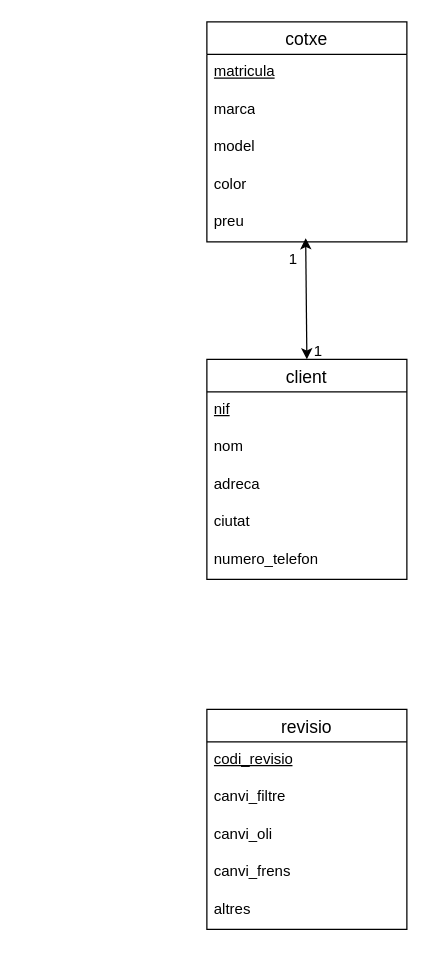
Above: Exercicis_R2(2).drawio in victor06-git/Progam_with_Victor (draw.io), before the change. Source tidied: cells renumbered, new cells numbered last; positions are measured from the earlier drawing's top-left corner, leaving out a move shared by most shapes. Both pictures are drawn from the tidied source at 125%, with x=0, y=0 at pixel (206, 21).
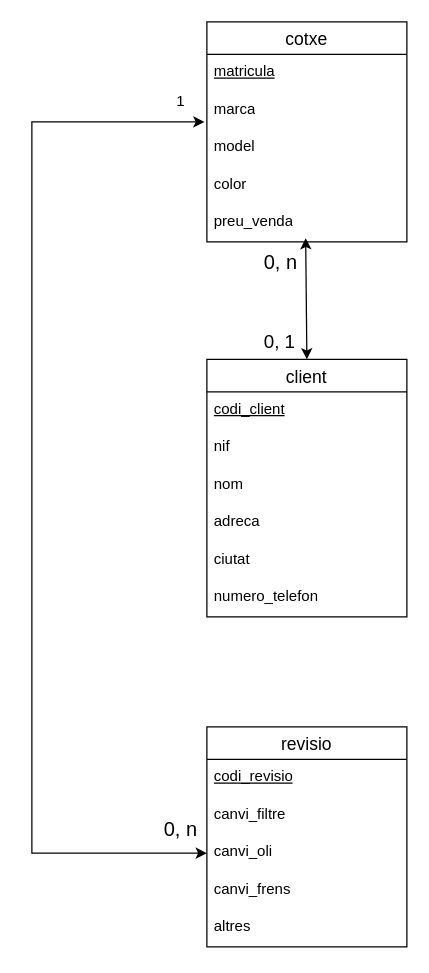
After the change.

The change refers to these unchanged cells:
```xml
<mxCell id="2" value="cotxe" style="swimlane;fontStyle=0;horizontal=1;startSize=26;align=center;fontSize=14;" parent="1" vertex="1">
  <mxGeometry width="160" height="176" as="geometry" />
</mxCell>
<mxCell id="4" value="marca" style="text;strokeColor=none;fillColor=none;spacingLeft=4;spacingRight=4;overflow=hidden;points=[[0,0.5],[1,0.5]];portConstraint=eastwest;fontSize=12;whiteSpace=wrap;html=1;" parent="2" vertex="1">
  <mxGeometry y="56" width="160" height="30" as="geometry" />
</mxCell>
<mxCell id="17" value="canvi_oli" style="text;strokeColor=none;fillColor=none;spacingLeft=4;spacingRight=4;overflow=hidden;points=[[0,0.5],[1,0.5]];portConstraint=eastwest;fontSize=12;whiteSpace=wrap;html=1;" parent="14" vertex="1">
  <mxGeometry y="86" width="160" height="30" as="geometry" />
</mxCell>
```

Change to the diagram source:
```diff
@@
-    <mxCell id="7" value="preu" style="text;strokeColor=none;fillColor=none;spacingLeft=4;spacingRight=4;overflow=hidden;points=[[0,0.5],[1,0.5]];portConstraint=eastwest;fontSize=12;whiteSpace=wrap;html=1;" parent="2" vertex="1">
+    <mxCell id="7" value="preu_venda" style="text;strokeColor=none;fillColor=none;spacingLeft=4;spacingRight=4;overflow=hidden;points=[[0,0.5],[1,0.5]];portConstraint=eastwest;fontSize=12;whiteSpace=wrap;html=1;" parent="2" vertex="1">
       <mxGeometry y="146" width="160" height="30" as="geometry" />
     </mxCell>
     <mxCell id="8" value="client" style="swimlane;fontStyle=0;horizontal=1;startSize=26;align=center;fontSize=14;" parent="1" vertex="1">
-      <mxGeometry y="270" width="160" height="176" as="geometry" />
+      <mxGeometry y="270" width="160" height="206" as="geometry" />
     </mxCell>
+    <mxCell id="23" value="&lt;u&gt;codi_client&lt;/u&gt;" style="text;strokeColor=none;fillColor=none;spacingLeft=4;spacingRight=4;overflow=hidden;fontSize=12;whiteSpace=wrap;html=1;" parent="8" vertex="1">
+      <mxGeometry y="26" width="160" height="30" as="geometry" />
+    </mxCell>
-    <mxCell id="9" value="&lt;u&gt;nif&lt;/u&gt;" style="text;strokeColor=none;fillColor=none;spacingLeft=4;spacingRight=4;overflow=hidden;fontSize=12;whiteSpace=wrap;html=1;" parent="8" vertex="1">
-      <mxGeometry y="26" width="160" height="30" as="geometry" />
+    <mxCell id="9" value="nif" style="text;strokeColor=none;fillColor=none;spacingLeft=4;spacingRight=4;overflow=hidden;fontSize=12;whiteSpace=wrap;html=1;" parent="8" vertex="1">
+      <mxGeometry y="56" width="160" height="30" as="geometry" />
     </mxCell>
     <mxCell id="10" value="nom" style="text;strokeColor=none;fillColor=none;spacingLeft=4;spacingRight=4;overflow=hidden;fontSize=12;whiteSpace=wrap;html=1;" parent="8" vertex="1">
-      <mxGeometry y="56" width="160" height="30" as="geometry" />
+      <mxGeometry y="86" width="160" height="30" as="geometry" />
     </mxCell>
     <mxCell id="11" value="adreca" style="text;strokeColor=none;fillColor=none;spacingLeft=4;spacingRight=4;overflow=hidden;fontSize=12;whiteSpace=wrap;html=1;" parent="8" vertex="1">
-      <mxGeometry y="86" width="160" height="30" as="geometry" />
+      <mxGeometry y="116" width="160" height="30" as="geometry" />
     </mxCell>
     <mxCell id="12" value="ciutat" style="text;strokeColor=none;fillColor=none;spacingLeft=4;spacingRight=4;overflow=hidden;fontSize=12;whiteSpace=wrap;html=1;" parent="8" vertex="1">
-      <mxGeometry y="116" width="160" height="30" as="geometry" />
+      <mxGeometry y="146" width="160" height="30" as="geometry" />
     </mxCell>
     <mxCell id="13" value="numero_telefon" style="text;strokeColor=none;fillColor=none;spacingLeft=4;spacingRight=4;overflow=hidden;fontSize=12;whiteSpace=wrap;html=1;" parent="8" vertex="1">
-      <mxGeometry y="146" width="160" height="30" as="geometry" />
+      <mxGeometry y="176" width="160" height="30" as="geometry" />
     </mxCell>
     <mxCell id="14" value="revisio" style="swimlane;fontStyle=0;horizontal=1;startSize=26;align=center;fontSize=14;" parent="1" vertex="1">
-      <mxGeometry y="550" width="160" height="176" as="geometry" />
+      <mxGeometry y="564" width="160" height="176" as="geometry" />
     </mxCell>
@@
-    <mxCell id="21" value="1" style="text;strokeColor=none;fillColor=none;spacingLeft=4;spacingRight=4;overflow=hidden;fontSize=12;whiteSpace=wrap;html=1;" parent="1" vertex="1">
-      <mxGeometry x="60" y="176" width="40" height="30" as="geometry" />
+    <mxCell id="21" value="&lt;font style=&quot;font-size: 16px;&quot;&gt;0, n&lt;/font&gt;" style="text;strokeColor=none;fillColor=none;spacingLeft=4;spacingRight=4;overflow=hidden;fontSize=12;whiteSpace=wrap;html=1;" parent="1" vertex="1">
+      <mxGeometry x="40" y="176" width="40" height="30" as="geometry" />
     </mxCell>
-    <mxCell id="22" value="1" style="text;strokeColor=none;fillColor=none;spacingLeft=4;spacingRight=4;overflow=hidden;fontSize=12;whiteSpace=wrap;html=1;" parent="1" vertex="1">
-      <mxGeometry x="80" y="250" width="40" height="30" as="geometry" />
+    <mxCell id="22" value="&lt;font style=&quot;font-size: 15px;&quot;&gt;0, 1&lt;/font&gt;" style="text;strokeColor=none;fillColor=none;spacingLeft=4;spacingRight=4;overflow=hidden;fontSize=12;whiteSpace=wrap;html=1;" parent="1" vertex="1">
+      <mxGeometry x="40" y="240" width="40" height="30" as="geometry" />
     </mxCell>
+    <mxCell id="24" style="endArrow=classic;startArrow=classic;html=1;rounded=0;entryX=-0.012;entryY=0.8;entryDx=0;entryDy=0;entryPerimeter=0;exitX=0;exitY=0.5;exitDx=0;exitDy=0;" parent="1" edge="1" source="17" target="4">
+      <mxGeometry relative="1" as="geometry">
+        <Array as="points">
+          <mxPoint x="-140" y="665" />
+          <mxPoint x="-140" y="370" />
+          <mxPoint x="-140" y="80" />
+        </Array>
+      </mxGeometry>
+    </mxCell>
+    <mxCell id="25" value="1" style="text;strokeColor=none;fillColor=none;spacingLeft=4;spacingRight=4;overflow=hidden;fontSize=12;whiteSpace=wrap;html=1;" parent="1" vertex="1">
+      <mxGeometry x="-30" y="50" width="40" height="30" as="geometry" />
+    </mxCell>
+    <mxCell id="26" value="&lt;font style=&quot;font-size: 16px;&quot;&gt;0, n&lt;/font&gt;" style="text;strokeColor=none;fillColor=none;spacingLeft=4;spacingRight=4;overflow=hidden;fontSize=12;whiteSpace=wrap;html=1;" parent="1" vertex="1">
+      <mxGeometry x="-40" y="630" width="40" height="30" as="geometry" />
+    </mxCell>
```
